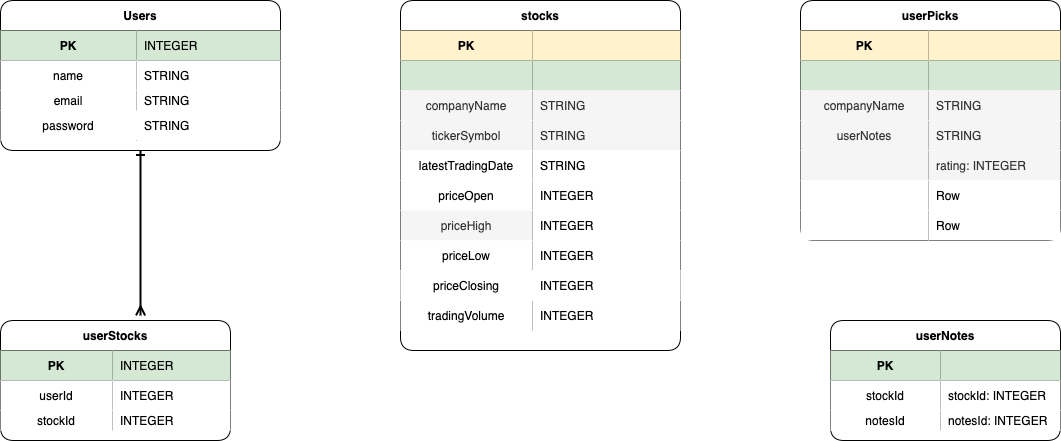
Professorsurf/Project-2 keeps this draw.io diagram as ERD.drawio.png. Above is the earlier version. Source tidied: cells renumbered, new cells last; positions are measured from the earlier drawing's top-left corner, leaving out a move shared by most shapes.
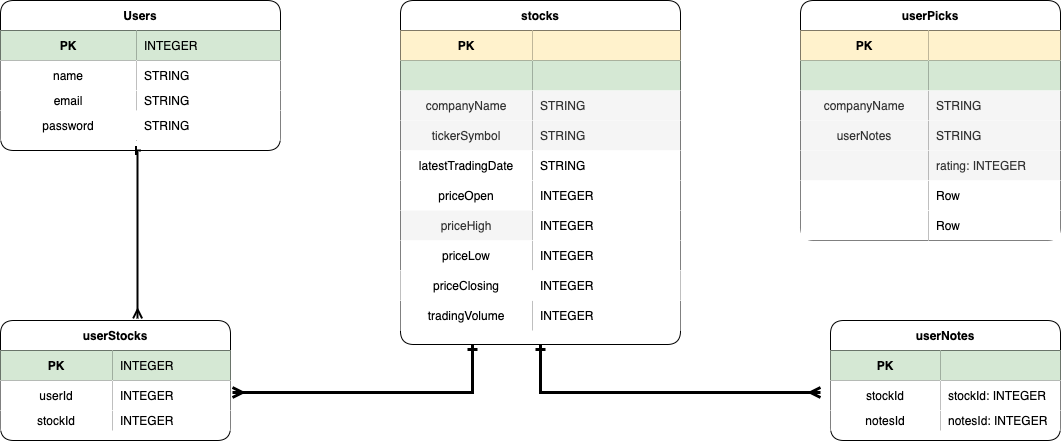
The same file after the commit.

Change to the diagram source:
```diff
@@ -2,8 +2,12 @@
   <root>
     <mxCell id="0" />
     <mxCell id="1" parent="0" />
-    <mxCell id="2" style="edgeStyle=orthogonalEdgeStyle;rounded=0;jettySize=auto;html=1;exitX=0.5;exitY=1;exitDx=0;exitDy=0;entryX=0.609;entryY=-0.042;entryDx=0;entryDy=0;entryPerimeter=0;strokeWidth=2;endArrow=ERmany;endFill=0;startArrow=ERone;startFill=0;" parent="1" edge="1" source="3" target="47">
-      <mxGeometry relative="1" as="geometry" />
+    <mxCell id="2" style="edgeStyle=orthogonalEdgeStyle;rounded=0;jettySize=auto;html=1;exitX=0.5;exitY=1;exitDx=0;exitDy=0;entryX=0.596;entryY=-0.017;entryDx=0;entryDy=0;entryPerimeter=0;strokeWidth=2;endArrow=ERmany;endFill=0;startArrow=ERone;startFill=0;" parent="1" edge="1" source="3" target="47">
+      <mxGeometry relative="1" as="geometry">
+        <Array as="points">
+          <mxPoint x="137" y="150" />
+        </Array>
+      </mxGeometry>
     </mxCell>
     <mxCell id="3" value="Users" style="shape=table;startSize=30;rowLines=0;fontStyle=1;align=center;rounded=1;" parent="1" vertex="1">
       <mxGeometry width="280" height="150" as="geometry" />
@@ -44,8 +48,25 @@
     <mxCell id="15" value="STRING" style="shape=partialRectangle;fillColor=none;top=0;left=0;bottom=0;right=0;align=left;spacingLeft=6;overflow=hidden;rounded=0;" parent="13" vertex="1">
       <mxGeometry x="136" width="144" height="30" as="geometry" />
     </mxCell>
+    <mxCell id="89" style="edgeStyle=orthogonalEdgeStyle;rounded=0;jettySize=auto;html=1;startArrow=ERone;startFill=0;endArrow=ERmany;endFill=0;strokeWidth=3;" parent="1" edge="1" source="16">
+      <mxGeometry relative="1" as="geometry">
+        <mxPoint x="232" y="392" as="targetPoint" />
+        <Array as="points">
+          <mxPoint x="472" y="392" />
+        </Array>
+      </mxGeometry>
+    </mxCell>
+    <mxCell id="90" style="edgeStyle=orthogonalEdgeStyle;rounded=0;jettySize=auto;html=1;startArrow=ERone;startFill=0;endArrow=ERmany;endFill=0;strokeWidth=3;" parent="1" edge="1" source="16">
+      <mxGeometry relative="1" as="geometry">
+        <mxPoint x="820" y="392" as="targetPoint" />
+        <Array as="points">
+          <mxPoint x="540" y="392" />
+          <mxPoint x="820" y="392" />
+        </Array>
+      </mxGeometry>
+    </mxCell>
     <mxCell id="16" value="stocks" style="shape=table;startSize=30;rowLines=0;fontStyle=1;align=center;rounded=1;shadow=0;" parent="1" vertex="1">
-      <mxGeometry x="400" width="280" height="350" as="geometry" />
+      <mxGeometry x="400" width="280" height="344" as="geometry" />
     </mxCell>
     <mxCell id="17" style="shape=tableRow;horizontal=0;startSize=0;swimlaneHead=0;swimlaneBody=0;fillColor=none;top=0;left=0;right=0;bottom=1;rounded=0;" parent="16" vertex="1">
       <mxGeometry y="30" width="280" height="30" as="geometry" />
```
